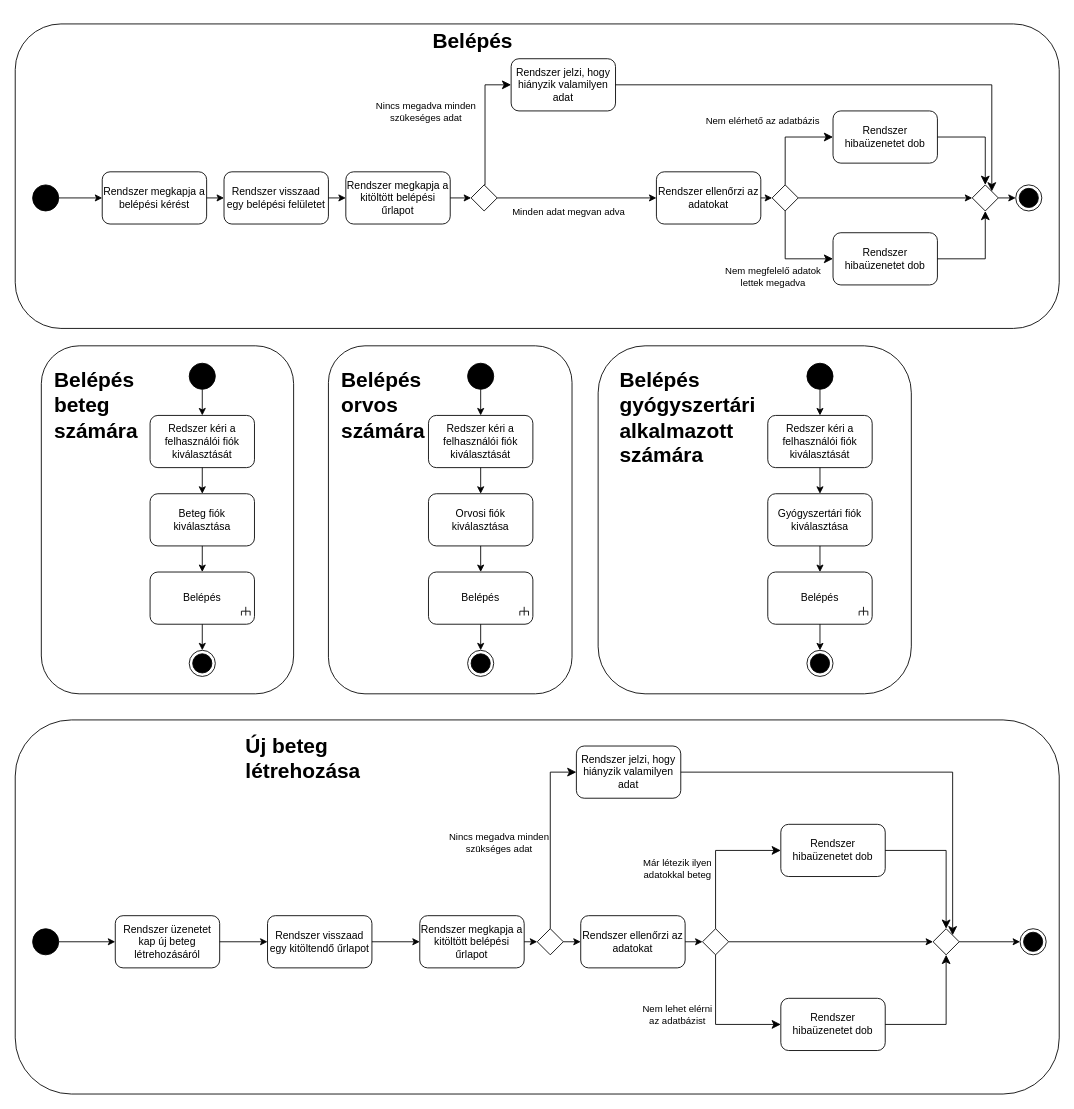
Before: Tevekenyseg_diagramm.drawio in Ac1dD4v3/SzoftTech, a draw.io diagram. Source tidied: cells renumbered, new cells numbered last; positions are measured from the earlier drawing's top-left corner, leaving out a move shared by most shapes. Both pictures are drawn from the tidied source at 87%, with x=0, y=0 at pixel (15, 23).
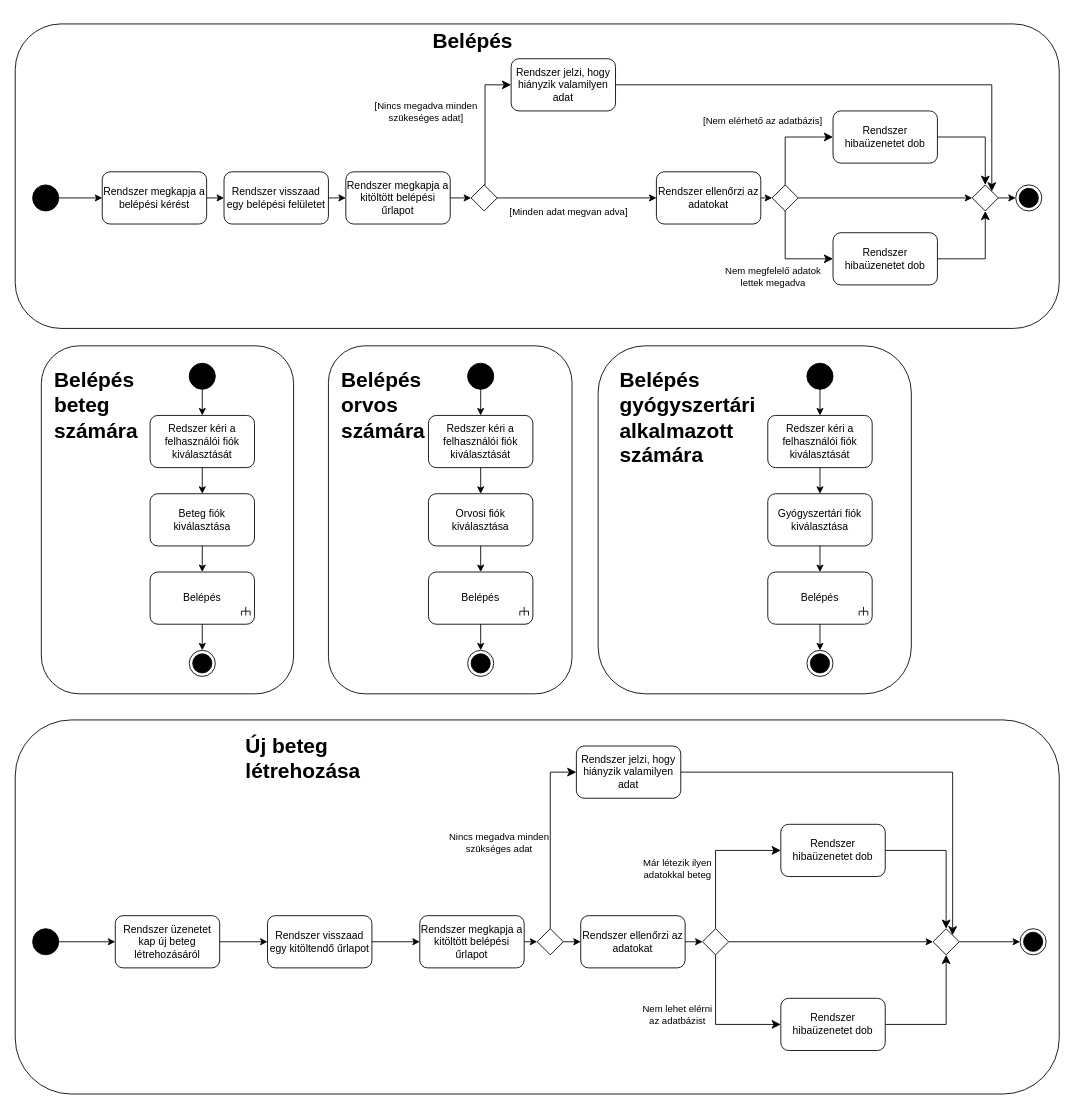
After the change.

The change refers to these unchanged cells:
```xml
<mxCell id="17" style="edgeStyle=segmentEdgeStyle;endArrow=classic;html=1;curved=0;rounded=0;endSize=8;startSize=8;exitX=0.5;exitY=0;exitDx=0;exitDy=0;entryX=0;entryY=0.5;entryDx=0;entryDy=0;" parent="1" edge="1" source="14" target="15">
  <mxGeometry relative="1" as="geometry">
    <Array as="points">
      <mxPoint x="885" y="130" />
    </Array>
  </mxGeometry>
</mxCell>
<mxCell id="27" style="edgeStyle=segmentEdgeStyle;endArrow=classic;html=1;curved=0;rounded=0;endSize=8;startSize=8;exitX=0.5;exitY=0;exitDx=0;exitDy=0;entryX=0;entryY=0.5;entryDx=0;entryDy=0;" parent="1" edge="1" source="24" target="26">
  <mxGeometry relative="1" as="geometry">
    <Array as="points">
      <mxPoint x="540" y="185" />
      <mxPoint x="540" y="70" />
    </Array>
  </mxGeometry>
</mxCell>
<mxCell id="30" style="endArrow=classic;html=1;rounded=0;exitX=1;exitY=0.5;exitDx=0;exitDy=0;entryX=0;entryY=0.5;entryDx=0;entryDy=0;" parent="1" edge="1" source="24" target="12">
  <mxGeometry relative="1" as="geometry" />
</mxCell>
```

The edit, as a diff of the source:
```diff
@@
-    <mxCell id="18" value="Nem elérhető az adatbázis" style="edgeLabel;html=1;align=center;verticalAlign=middle;" parent="17" vertex="1">
+    <mxCell id="18" value="[Nem elérhető az adatbázis]" style="edgeLabel;html=1;align=center;verticalAlign=middle;" parent="17" vertex="1">
       <mxGeometry x="0.1" y="-3" relative="1" as="geometry">
         <mxPoint x="-33" y="-23" as="offset" />
       </mxGeometry>
     </mxCell>
@@
-    <mxCell id="28" value="Nincs megadva minden&lt;br&gt;szükeséges adat" style="edgeLabel;html=1;align=center;verticalAlign=middle;" parent="27" vertex="1">
+    <mxCell id="28" value="[Nincs megadva minden&lt;br&gt;szükeséges adat]" style="edgeLabel;html=1;align=center;verticalAlign=middle;" parent="27" vertex="1">
       <mxGeometry x="-0.29" y="-4" relative="1" as="geometry">
         <mxPoint x="-73" y="-34" as="offset" />
       </mxGeometry>
     </mxCell>
@@
-    <mxCell id="31" value="Minden adat megvan adva" style="edgeLabel;html=1;align=center;verticalAlign=middle;" parent="30" vertex="1">
+    <mxCell id="31" value="[Minden adat megvan adva]" style="edgeLabel;html=1;align=center;verticalAlign=middle;" parent="30" vertex="1">
       <mxGeometry x="-0.33" relative="1" as="geometry">
         <mxPoint x="20" y="15" as="offset" />
       </mxGeometry>
     </mxCell>
```
